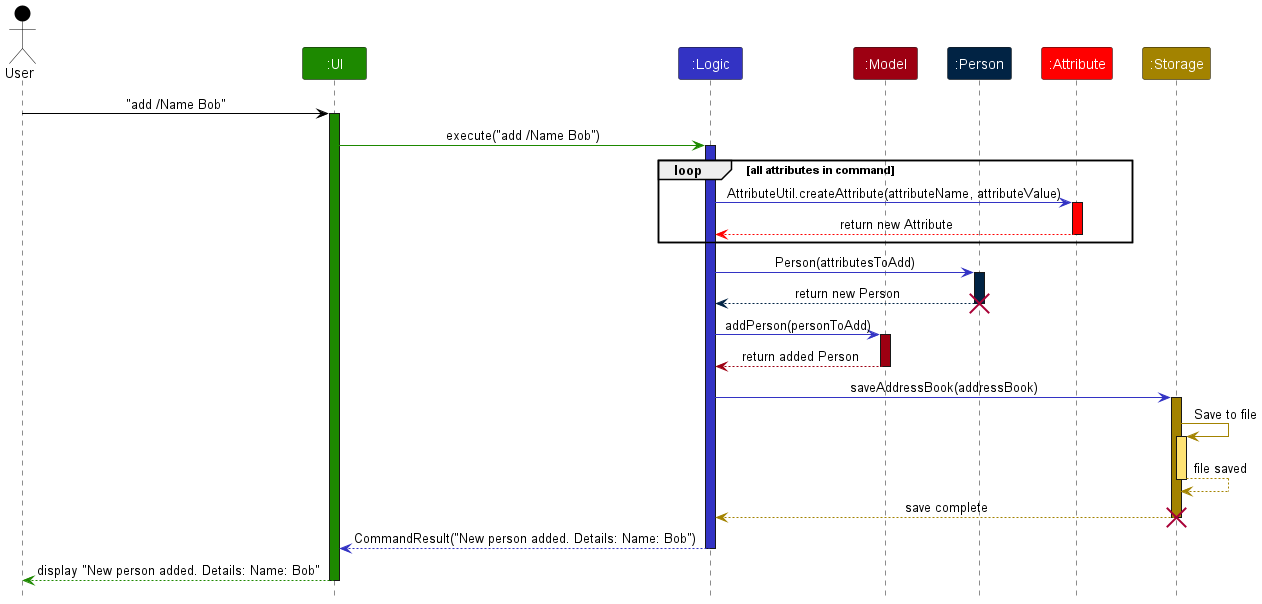
Emberlynn-Loo/tp keeps this PlantUML diagram as docs/images/AddPersonSequenceDiagram.png. Above is the earlier version.
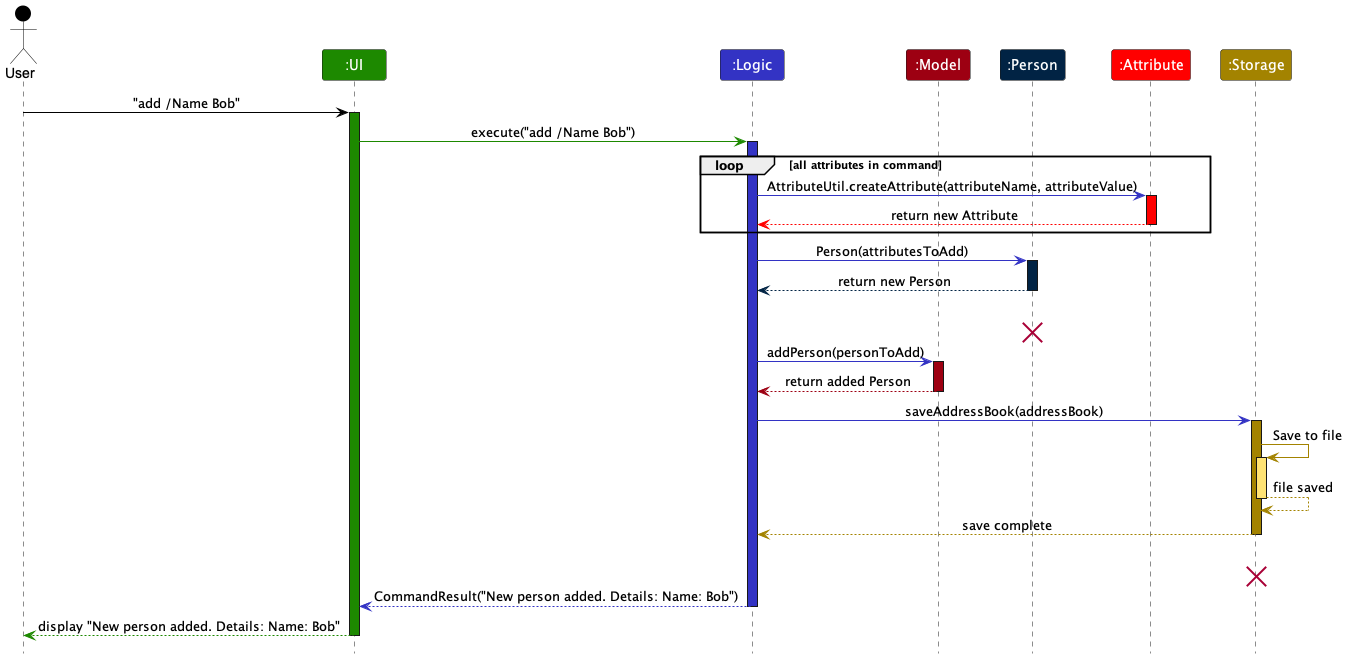
Above is the later version.

Diff of the diagram source:
```diff
@@ -29,6 +29,7 @@
 
 person --[PERSON_COLOR]> logic : return new Person
 deactivate person
+person --[Hidden]> person : model
 destroy person
 
 logic -[LOGIC_COLOR]> model : addPerson(personToAdd)
@@ -47,6 +48,7 @@
 
 storage --[STORAGE_COLOR]> logic : save complete
 deactivate storage
+storage --[Hidden]> storage : model
 destroy storage
 
 logic --[LOGIC_COLOR]> ui : CommandResult("New person added. Details: Name: Bob")
```
